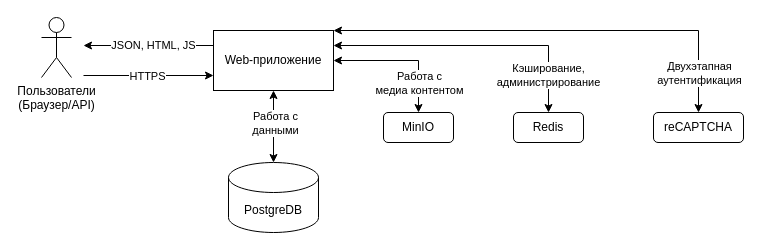
The draw.io diagram Схема компонентов.drawio in IlyaSannikow/e-catalog.ru, before the edit. Source tidied: cells renumbered, new cells numbered last; positions are measured from the earlier drawing's top-left corner, leaving out a move shared by most shapes. Both pictures are drawn from the tidied source at 100%, with x=0, y=0 at pixel (41, 17).
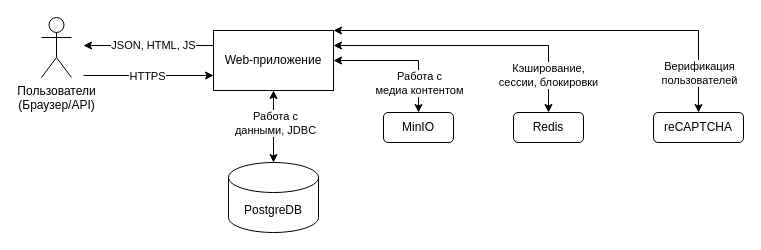
The same page after the edit.

The change refers to these unchanged cells:
```xml
<mxCell id="9" style="edgeStyle=orthogonalEdgeStyle;rounded=0;jettySize=auto;html=1;exitX=1;exitY=0.25;exitDx=0;exitDy=0;entryX=0.5;entryY=0;entryDx=0;entryDy=0;startArrow=classic;startFill=1;" parent="1" edge="1" source="13" target="18">
  <mxGeometry relative="1" as="geometry" />
</mxCell>
<mxCell id="11" style="edgeStyle=orthogonalEdgeStyle;rounded=0;jettySize=auto;html=1;exitX=1;exitY=0;exitDx=0;exitDy=0;entryX=0.5;entryY=0;entryDx=0;entryDy=0;startArrow=classic;startFill=1;" parent="1" edge="1" source="13" target="19">
  <mxGeometry relative="1" as="geometry">
    <Array as="points">
      <mxPoint x="657" y="13" />
    </Array>
  </mxGeometry>
</mxCell>
<mxCell id="15" style="edgeStyle=orthogonalEdgeStyle;rounded=0;jettySize=auto;html=1;exitX=0.5;exitY=1;exitDx=0;exitDy=0;entryX=0.5;entryY=0;entryDx=0;entryDy=0;entryPerimeter=0;startArrow=classic;startFill=1;" parent="1" edge="1" source="13" target="14">
  <mxGeometry relative="1" as="geometry" />
</mxCell>
```

The edit, as a diff of the source:
```diff
@@
-    <mxCell id="10" value="Кэширование,&lt;div&gt;администрирование&lt;/div&gt;" style="edgeLabel;html=1;align=center;verticalAlign=middle;" parent="9" vertex="1">
+    <mxCell id="10" value="Кэширование,&lt;div&gt;сессии, блокировки&lt;/div&gt;" style="edgeLabel;html=1;align=center;verticalAlign=middle;" parent="9" vertex="1">
       <mxGeometry x="0.73" y="-1" relative="1" as="geometry" />
     </mxCell>
@@
-    <mxCell id="12" value="Двухэтапная&lt;div&gt;аутентификация&lt;/div&gt;" style="edgeLabel;html=1;align=center;verticalAlign=middle;" parent="11" vertex="1">
+    <mxCell id="12" value="Верификация&lt;div&gt;пользователей&lt;/div&gt;" style="edgeLabel;html=1;align=center;verticalAlign=middle;" parent="11" vertex="1">
       <mxGeometry x="0.82" relative="1" as="geometry" />
     </mxCell>
@@
-    <mxCell id="16" value="Работа с&lt;div&gt;данными&lt;/div&gt;" style="edgeLabel;html=1;align=center;verticalAlign=middle;" parent="15" vertex="1">
+    <mxCell id="16" value="Работа с&lt;div&gt;данными, JDBC&lt;/div&gt;" style="edgeLabel;html=1;align=center;verticalAlign=middle;" parent="15" vertex="1">
       <mxGeometry x="-0.27" y="1" relative="1" as="geometry">
         <mxPoint y="6" as="offset" />
       </mxGeometry>
     </mxCell>
```
